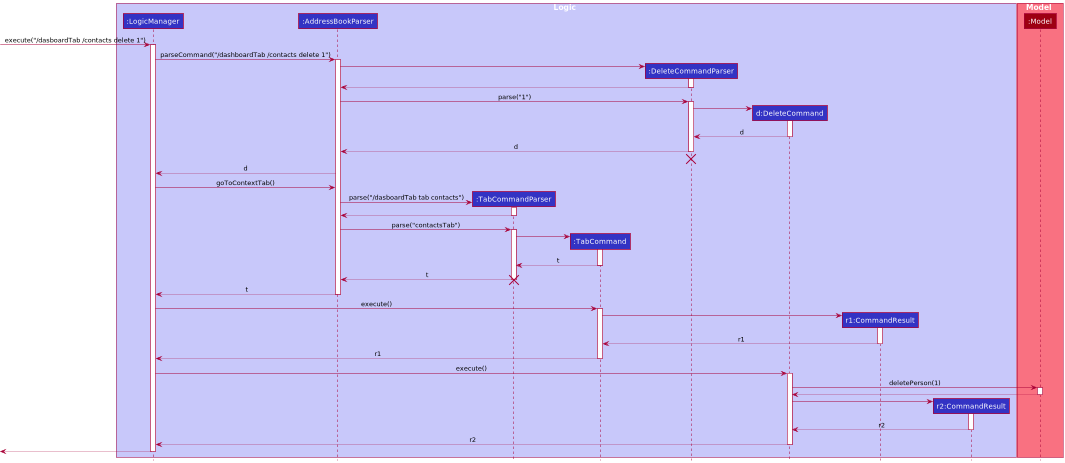
whoisjustinngo/tp keeps this PlantUML diagram as docs/images/DeleteSequenceDiagram.png. Above is the earlier version.
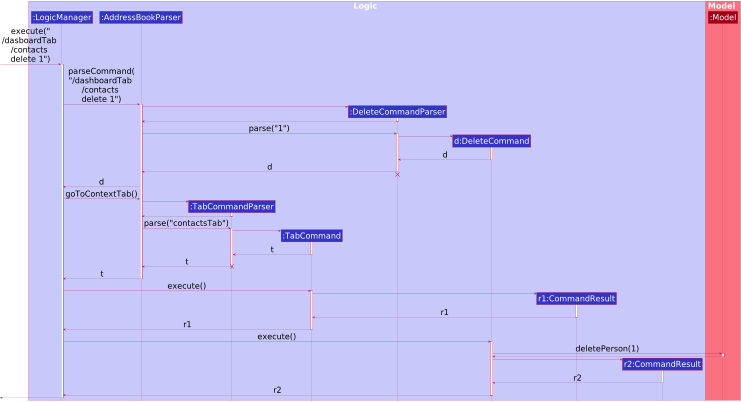
After the commit.

Commit message:
Increase Box Font Size

What changed in the source:
```diff
@@ -1,5 +1,8 @@
 @startuml
 !include style.puml
+
+skinparam arrowFontSize 40
+skinparam participantFontSize 40
 
 box Logic LOGIC_COLOR_T1
 participant ":LogicManager" as LogicManager LOGIC_COLOR
@@ -16,10 +19,10 @@
 participant ":Model" as Model MODEL_COLOR
 end box
 
-[-> LogicManager : execute("/dasboardTab /contacts delete 1")
+[-> LogicManager : execute("\n/dasboardTab \n/contacts \ndelete 1")
 activate LogicManager
 
-LogicManager -> AddressBookParser : parseCommand("/dashboardTab /contacts delete 1")
+LogicManager -> AddressBookParser : parseCommand(\n"/dashboardTab \n/contacts \ndelete 1")
 activate AddressBookParser
 
 create DeleteCommandParser
@@ -48,8 +51,9 @@
 LogicManager -> AddressBookParser : goToContextTab()
 
 create TabCommandParser
-AddressBookParser -> TabCommandParser : parse("/dasboardTab tab contacts")
+AddressBookParser -> TabCommandParser
 activate TabCommandParser
+
 
 TabCommandParser --> AddressBookParser
 deactivate TabCommandParser
```
